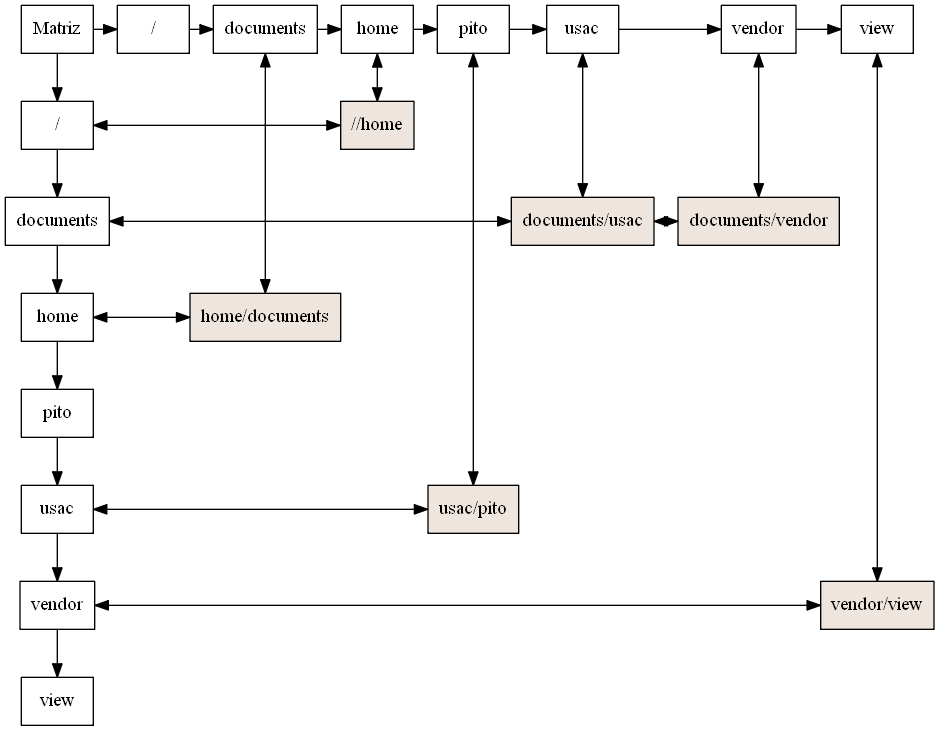
Before: Proyecto2/Matriz.png, a diagram exported from Graphviz (Eduardo01004/EDD_2S2019_PY2_201612124). Its source is kept beside it as Proyecto2/Matriz.dot. Source of this version:
```dot
digraph G{
node [shape = box]
raiz[label="Matriz"  group=1];
239465106 [label="/" group = 1];
267760927 [label="documents" group = 1];
633070006 [label="home" group = 1];
1459794865 [label="pito" group = 1];
1776957250 [label="usac" group = 1];
1268066861 [label="vendor" group = 1];
827966648 [label="view" group = 1];
239465106->267760927[dir=normal];
267760927->633070006[dir=normal];
633070006->1459794865[dir=normal];
1459794865->1776957250[dir=normal];
1776957250->1268066861[dir=normal];
1268066861->827966648[dir=normal];
1847509784 [label="/" group = 49];
1668627309 [label="documents" group = 980];
1795799895 [label="home" group = 427];
1698097425 [label="pito" group = 446];
1376400422 [label="usac" group = 430];
418304857 [label="vendor" group = 656];
1050349584 [label="view" group = 445];
1847509784->1668627309[dir=normal];
1668627309->1795799895[dir=normal];
1795799895->1698097425[dir=normal];
1698097425->1376400422[dir=normal];
1376400422->418304857[dir=normal];
418304857->1050349584[dir=normal];
raiz ->239465106
raiz ->1847509784
{ rank  = same; raiz
1847509784;
1668627309;
1795799895;
1698097425;
1376400422;
418304857;
1050349584;
}
731260860 [style=filled,fillcolor=seashell2,label= "home/documents" group = 980 ];
1675763772 [style=filled,fillcolor=seashell2,label= "//home" group = 427 ];
520016214 [style=filled,fillcolor=seashell2,label= "usac/pito" group = 446 ];
1731722639 [style=filled,fillcolor=seashell2,label= "documents/usac" group = 430 ];
1924582348 [style=filled,fillcolor=seashell2,label= "documents/vendor" group = 656 ];
11003494 [style=filled,fillcolor=seashell2,label= "vendor/view" group = 445 ];
239465106->1675763772[dir=both];
{ rank = same; 239465106;
1675763772;
}
267760927->1731722639[dir=both];
1731722639->1924582348[dir=both];
{ rank = same; 267760927;
1731722639;
1924582348;
}
633070006->731260860[dir=both];
{ rank = same; 633070006;
731260860;
}
1776957250->520016214[dir=both];
{ rank = same; 1776957250;
520016214;
}
1268066861->11003494[dir=both];
{ rank = same; 1268066861;
11003494;
}
1668627309->731260860[dir=both];
1795799895->1675763772[dir=both];
1698097425->520016214[dir=both];
1376400422->1731722639[dir=both];
418304857->1924582348[dir=both];
1050349584->11003494[dir=both];
}
```
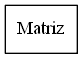
The same file after the commit.

The edit, as a diff of the source:
```diff
@@ -1,75 +1,4 @@
 digraph G{
 node [shape = box]
 raiz[label="Matriz"  group=1];
-239465106 [label="/" group = 1];
-267760927 [label="documents" group = 1];
-633070006 [label="home" group = 1];
-1459794865 [label="pito" group = 1];
-1776957250 [label="usac" group = 1];
-1268066861 [label="vendor" group = 1];
-827966648 [label="view" group = 1];
-239465106->267760927[dir=normal];
-267760927->633070006[dir=normal];
-633070006->1459794865[dir=normal];
-1459794865->1776957250[dir=normal];
-1776957250->1268066861[dir=normal];
-1268066861->827966648[dir=normal];
-1847509784 [label="/" group = 49];
-1668627309 [label="documents" group = 980];
-1795799895 [label="home" group = 427];
-1698097425 [label="pito" group = 446];
-1376400422 [label="usac" group = 430];
-418304857 [label="vendor" group = 656];
-1050349584 [label="view" group = 445];
-1847509784->1668627309[dir=normal];
-1668627309->1795799895[dir=normal];
-1795799895->1698097425[dir=normal];
-1698097425->1376400422[dir=normal];
-1376400422->418304857[dir=normal];
-418304857->1050349584[dir=normal];
-raiz ->239465106
-raiz ->1847509784
-{ rank  = same; raiz
-1847509784;
-1668627309;
-1795799895;
-1698097425;
-1376400422;
-418304857;
-1050349584;
 }
-731260860 [style=filled,fillcolor=seashell2,label= "home/documents" group = 980 ];
-1675763772 [style=filled,fillcolor=seashell2,label= "//home" group = 427 ];
-520016214 [style=filled,fillcolor=seashell2,label= "usac/pito" group = 446 ];
-1731722639 [style=filled,fillcolor=seashell2,label= "documents/usac" group = 430 ];
-1924582348 [style=filled,fillcolor=seashell2,label= "documents/vendor" group = 656 ];
-11003494 [style=filled,fillcolor=seashell2,label= "vendor/view" group = 445 ];
-239465106->1675763772[dir=both];
-{ rank = same; 239465106;
-1675763772;
-}
-267760927->1731722639[dir=both];
-1731722639->1924582348[dir=both];
-{ rank = same; 267760927;
-1731722639;
-1924582348;
-}
-633070006->731260860[dir=both];
-{ rank = same; 633070006;
-731260860;
-}
-1776957250->520016214[dir=both];
-{ rank = same; 1776957250;
-520016214;
-}
-1268066861->11003494[dir=both];
-{ rank = same; 1268066861;
-11003494;
-}
-1668627309->731260860[dir=both];
-1795799895->1675763772[dir=both];
-1698097425->520016214[dir=both];
-1376400422->1731722639[dir=both];
-418304857->1924582348[dir=both];
-1050349584->11003494[dir=both];
-}
```
